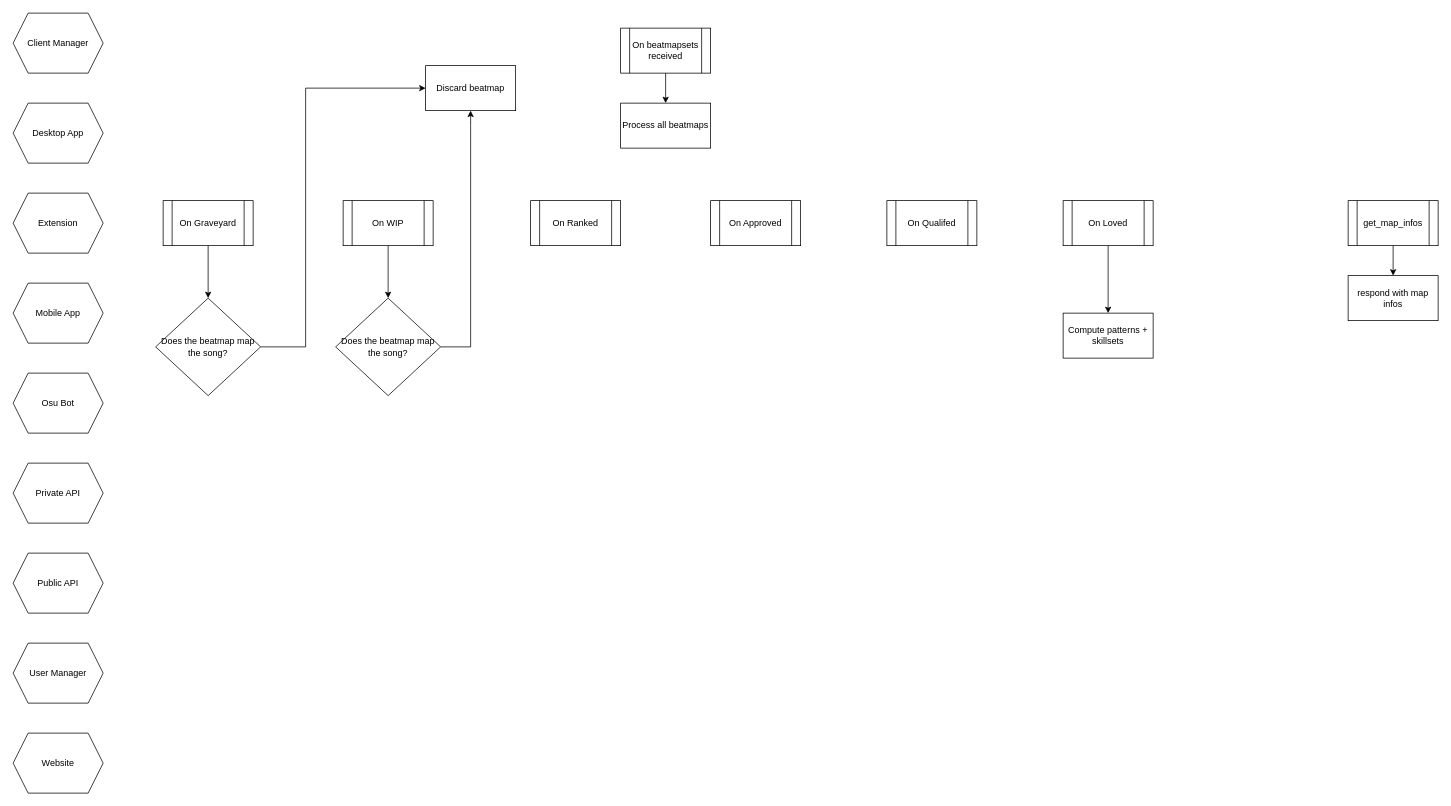
Above: page "beatmap_manager" (2 of 9) of BellaFiora.drawio in BellaFiora/BellaFiora (draw.io), before the change. Source tidied: cells renumbered, new cells numbered last; positions are measured from the earlier drawing's top-left corner, leaving out a move shared by most shapes. Both pictures are drawn from the tidied source at 75%, with x=0, y=0 at pixel (13, 13).
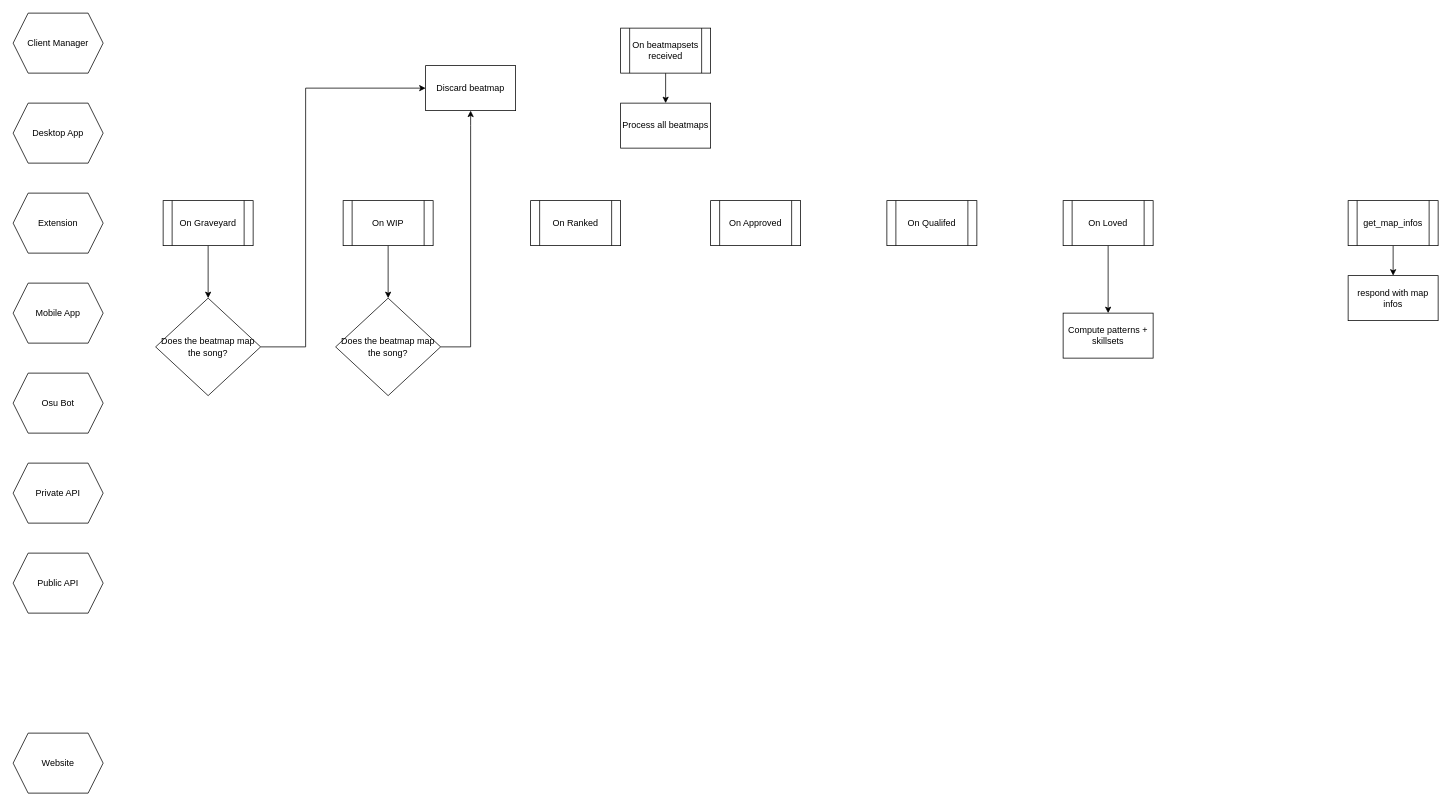
Above is the later version.

Commit message (it also covers changes not shown here):
deleted user manager

Change to the diagram source:
```diff
@@
-    <mxCell id="9" value="User Manager" style="shape=hexagon;perimeter=hexagonPerimeter2;whiteSpace=wrap;html=1;fixedSize=1;" parent="1" vertex="1">
-      <mxGeometry y="840" width="120" height="80" as="geometry" />
-    </mxCell>
```
